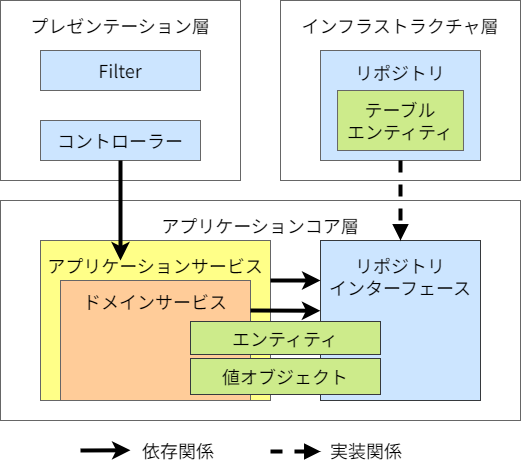
Above: documents/contents/images/app-architecture/client-side-rendering/csr-architecture-light.png in AlesInfiny/maia (draw.io), before the change. Source tidied: cells renumbered, new cells last; positions are measured from the earlier drawing's top-left corner, leaving out a move shared by most shapes.
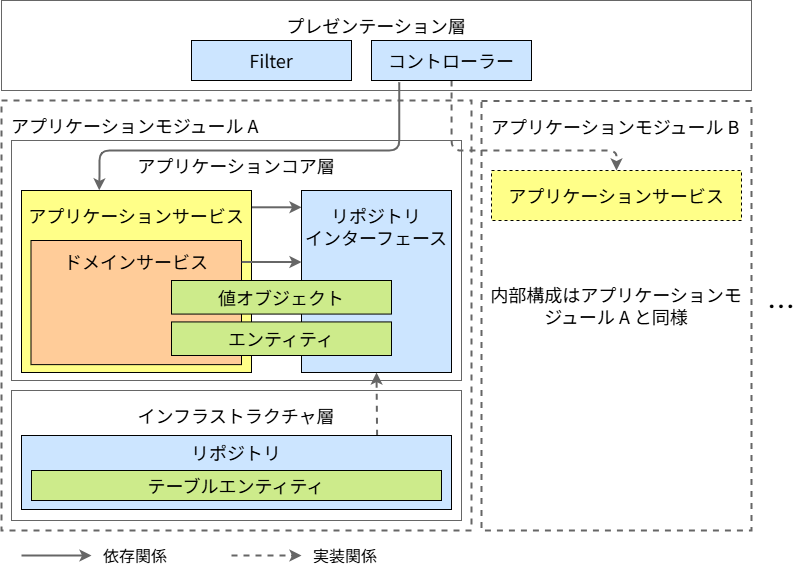
Later version of the same file.

Commit message:
アプリケーションアーキテクチャの図を最新化

What changed in the source:
```diff
@@ -2,73 +2,103 @@
   <root>
     <mxCell id="0" />
     <mxCell id="1" parent="0" />
+    <mxCell id="22" value="&lt;font color=&quot;#000000&quot;&gt;アプリケーションモジュール A&lt;br&gt;&lt;/font&gt;" style="rounded=0;whiteSpace=wrap;html=1;fontFamily=Noto Sans JP;fontSize=18;strokeWidth=2;dashed=1;fontSource=https%3A%2F%2Ffonts.googleapis.com%2Fcss%3Ffamily%3DNoto%2BSans%2BJP;fillColor=none;strokeColor=#666666;spacingTop=8;spacingLeft=8;verticalAlign=top;align=left;" parent="1" vertex="1">
+      <mxGeometry x="100" y="140" width="470" height="430" as="geometry" />
+    </mxCell>
+    <mxCell id="23" value="&lt;font color=&quot;#000000&quot;&gt;アプリケーションモジュール B&lt;br&gt;&lt;/font&gt;" style="rounded=0;whiteSpace=wrap;html=1;fontFamily=Noto Sans JP;fontSize=18;strokeWidth=2;dashed=1;fontSource=https%3A%2F%2Ffonts.googleapis.com%2Fcss%3Ffamily%3DNoto%2BSans%2BJP;fillColor=none;strokeColor=#666666;spacingTop=8;spacingLeft=8;verticalAlign=top;align=left;" parent="1" vertex="1">
+      <mxGeometry x="580" y="140.6" width="270" height="429.4" as="geometry" />
+    </mxCell>
+    <mxCell id="24" value="&lt;font color=&quot;#000000&quot;&gt;内部構成はアプリケーションモジュール A と同様&lt;/font&gt;" style="text;html=1;strokeColor=none;fillColor=none;align=center;verticalAlign=middle;whiteSpace=wrap;rounded=0;fontFamily=Noto Sans JP;fontSize=18;fontColor=#000000;" parent="1" vertex="1">
+      <mxGeometry x="585" y="305" width="260" height="80" as="geometry" />
+    </mxCell>
+    <mxCell id="25" value="…" style="text;html=1;strokeColor=none;fillColor=none;align=center;verticalAlign=middle;whiteSpace=wrap;rounded=0;fontFamily=Noto Sans JP;fontSize=28;fontColor=#000000;" parent="1" vertex="1">
+      <mxGeometry x="860" y="315" width="40" height="60" as="geometry" />
+    </mxCell>
     <mxCell id="2" value="&lt;font color=&quot;#000000&quot;&gt;アプリケーションコア層&lt;br&gt;&lt;/font&gt;" style="rounded=0;whiteSpace=wrap;html=1;fontFamily=Noto Sans JP;fontSize=18;strokeWidth=1;fontSource=https%3A%2F%2Ffonts.googleapis.com%2Fcss%3Ffamily%3DNoto%2BSans%2BJP;fillColor=none;strokeColor=#666666;spacingTop=8;verticalAlign=top;" parent="1" vertex="1">
-      <mxGeometry y="200" width="520" height="220" as="geometry" />
+      <mxGeometry x="110" y="180" width="450" height="240" as="geometry" />
     </mxCell>
+    <mxCell id="26" style="edgeStyle=none;html=1;strokeColor=#666666;strokeWidth=2;" parent="1" edge="1">
+      <mxGeometry relative="1" as="geometry">
+        <mxPoint x="350" y="246.8" as="sourcePoint" />
+        <mxPoint x="400" y="246.8" as="targetPoint" />
+      </mxGeometry>
+    </mxCell>
-    <mxCell id="3" value="&lt;div&gt;&lt;font color=&quot;#000000&quot;&gt;アプリケーションサービス&lt;/font&gt;&lt;/div&gt;" style="rounded=0;whiteSpace=wrap;html=1;fontFamily=Noto Sans JP;fontSize=18;fillColor=#ffff88;strokeColor=#666666;strokeWidth=1;spacingLeft=0;fontSource=https%3A%2F%2Ffonts.googleapis.com%2Fcss%3Ffamily%3DNoto%2BSans%2BJP;align=center;verticalAlign=top;spacingTop=8;" parent="1" vertex="1">
-      <mxGeometry x="40" y="240" width="230" height="160" as="geometry" />
+    <mxCell id="3" value="&lt;div&gt;&lt;font color=&quot;#000000&quot;&gt;アプリケーションサービス&lt;/font&gt;&lt;/div&gt;" style="rounded=0;whiteSpace=wrap;html=1;fontFamily=Noto Sans JP;fontSize=18;fillColor=#ffff88;strokeColor=default;strokeWidth=1;spacingLeft=0;fontSource=https%3A%2F%2Ffonts.googleapis.com%2Fcss%3Ffamily%3DNoto%2BSans%2BJP;align=center;verticalAlign=top;spacingTop=8;" parent="1" vertex="1">
+      <mxGeometry x="120" y="230" width="230" height="182" as="geometry" />
     </mxCell>
     <mxCell id="4" value="&lt;font color=&quot;#000000&quot;&gt;インフラストラクチャ層&lt;br&gt;&lt;/font&gt;" style="rounded=0;whiteSpace=wrap;html=1;fontFamily=Noto Sans JP;fontSize=18;strokeWidth=1;fontSource=https%3A%2F%2Ffonts.googleapis.com%2Fcss%3Ffamily%3DNoto%2BSans%2BJP;fillColor=none;strokeColor=#666666;spacingTop=8;verticalAlign=top;" parent="1" vertex="1">
-      <mxGeometry x="280" width="240" height="180" as="geometry" />
+      <mxGeometry x="110" y="430" width="450" height="130" as="geometry" />
     </mxCell>
     <mxCell id="5" value="&lt;font color=&quot;#000000&quot;&gt;プレゼンテーション層&lt;br&gt;&lt;/font&gt;" style="rounded=0;whiteSpace=wrap;html=1;fontFamily=Noto Sans JP;fontSize=18;strokeWidth=1;fontSource=https%3A%2F%2Ffonts.googleapis.com%2Fcss%3Ffamily%3DNoto%2BSans%2BJP;fillColor=none;strokeColor=#666666;spacingTop=8;verticalAlign=top;" parent="1" vertex="1">
-      <mxGeometry width="240" height="180" as="geometry" />
+      <mxGeometry x="100" y="40" width="750" height="90" as="geometry" />
     </mxCell>
-    <mxCell id="6" value="&lt;div&gt;&lt;font color=&quot;#000000&quot;&gt;ドメインサービス&lt;/font&gt;&lt;/div&gt;" style="rounded=0;whiteSpace=wrap;html=1;fontFamily=Noto Sans JP;fontSize=18;fillColor=#ffcc99;strokeColor=#666666;strokeWidth=1;spacingLeft=0;fontSource=https%3A%2F%2Ffonts.googleapis.com%2Fcss%3Ffamily%3DNoto%2BSans%2BJP;align=center;verticalAlign=top;spacingTop=4;" parent="1" vertex="1">
-      <mxGeometry x="60" y="280" width="190" height="120" as="geometry" />
+    <mxCell id="6" value="&lt;div&gt;&lt;font color=&quot;#000000&quot;&gt;ドメインサービス&lt;/font&gt;&lt;/div&gt;" style="rounded=0;whiteSpace=wrap;html=1;fontFamily=Noto Sans JP;fontSize=18;fillColor=#ffcc99;strokeColor=default;strokeWidth=1;spacingLeft=0;fontSource=https%3A%2F%2Ffonts.googleapis.com%2Fcss%3Ffamily%3DNoto%2BSans%2BJP;align=center;verticalAlign=top;spacingTop=4;" parent="1" vertex="1">
+      <mxGeometry x="129.5" y="280" width="210.5" height="124.1" as="geometry" />
     </mxCell>
+    <mxCell id="13" style="edgeStyle=none;html=1;entryX=0.5;entryY=1;entryDx=0;entryDy=0;exitX=0.827;exitY=0.004;exitDx=0;exitDy=0;exitPerimeter=0;strokeColor=#666666;strokeWidth=2;dashed=1;" parent="1" edge="1" source="7" target="8">
+      <mxGeometry relative="1" as="geometry" />
+    </mxCell>
-    <mxCell id="7" value="&lt;font color=&quot;#000000&quot;&gt;リポジトリ&lt;br&gt;&lt;br&gt;&lt;br&gt;&lt;br&gt;&lt;/font&gt;" style="rounded=0;whiteSpace=wrap;html=1;fontFamily=Noto Sans JP;fontSize=18;fillColor=#cce5ff;strokeColor=#666666;strokeWidth=1;spacingLeft=0;fontSource=https%3A%2F%2Ffonts.googleapis.com%2Fcss%3Ffamily%3DNoto%2BSans%2BJP;" parent="1" vertex="1">
-      <mxGeometry x="320" y="50" width="160" height="110" as="geometry" />
+    <mxCell id="7" value="&lt;font color=&quot;#000000&quot;&gt;リポジトリ&lt;br&gt;&lt;/font&gt;" style="rounded=0;whiteSpace=wrap;html=1;fontFamily=Noto Sans JP;fontSize=18;fillColor=#cce5ff;strokeColor=default;strokeWidth=1;spacingLeft=0;fontSource=https%3A%2F%2Ffonts.googleapis.com%2Fcss%3Ffamily%3DNoto%2BSans%2BJP;verticalAlign=top;" parent="1" vertex="1">
+      <mxGeometry x="120" y="475" width="430" height="74" as="geometry" />
     </mxCell>
-    <mxCell id="8" value="&lt;font color=&quot;#000000&quot;&gt;リポジトリ&lt;br&gt;インターフェース&lt;br&gt;&lt;/font&gt;" style="rounded=0;whiteSpace=wrap;html=1;fontFamily=Noto Sans JP;fontSize=18;fillColor=#cce5ff;strokeColor=#36393d;strokeWidth=1;spacingLeft=0;fontSource=https%3A%2F%2Ffonts.googleapis.com%2Fcss%3Ffamily%3DNoto%2BSans%2BJP;verticalAlign=top;spacingTop=8;" parent="1" vertex="1">
-      <mxGeometry x="320" y="240" width="160" height="160" as="geometry" />
+    <mxCell id="8" value="&lt;font color=&quot;#000000&quot;&gt;リポジトリ&lt;br&gt;インターフェース&lt;br&gt;&lt;/font&gt;" style="rounded=0;whiteSpace=wrap;html=1;fontFamily=Noto Sans JP;fontSize=18;fillColor=#cce5ff;strokeColor=default;strokeWidth=1;spacingLeft=0;fontSource=https%3A%2F%2Ffonts.googleapis.com%2Fcss%3Ffamily%3DNoto%2BSans%2BJP;verticalAlign=top;spacingTop=8;" parent="1" vertex="1">
+      <mxGeometry x="400" y="230" width="150" height="182" as="geometry" />
     </mxCell>
+    <mxCell id="27" style="edgeStyle=orthogonalEdgeStyle;html=1;strokeColor=#666666;exitX=0.174;exitY=1.041;exitDx=0;exitDy=0;exitPerimeter=0;entryX=0.338;entryY=-0.001;entryDx=0;entryDy=0;entryPerimeter=0;strokeWidth=2;" parent="1" edge="1" source="9" target="3">
+      <mxGeometry relative="1" as="geometry">
+        <Array as="points">
+          <mxPoint x="498" y="190" />
+          <mxPoint x="198" y="190" />
+          <mxPoint x="198" y="210" />
+        </Array>
+      </mxGeometry>
+    </mxCell>
+    <mxCell id="28" style="edgeStyle=orthogonalEdgeStyle;html=1;strokeColor=#666666;dashed=1;strokeWidth=2;" parent="1" edge="1" source="9" target="29">
+      <mxGeometry relative="1" as="geometry">
+        <Array as="points">
+          <mxPoint x="550" y="190" />
+          <mxPoint x="715" y="190" />
+        </Array>
+      </mxGeometry>
+    </mxCell>
-    <mxCell id="9" value="&lt;font color=&quot;#000000&quot;&gt;コントローラー&lt;/font&gt;" style="rounded=0;whiteSpace=wrap;html=1;fontFamily=Noto Sans JP;fontSize=18;fillColor=#cce5ff;strokeColor=#666666;strokeWidth=1;spacingLeft=0;fontSource=https%3A%2F%2Ffonts.googleapis.com%2Fcss%3Ffamily%3DNoto%2BSans%2BJP;" parent="1" vertex="1">
-      <mxGeometry x="40" y="120" width="160" height="40" as="geometry" />
+    <mxCell id="9" value="&lt;font color=&quot;#000000&quot;&gt;コントローラー&lt;/font&gt;" style="rounded=0;whiteSpace=wrap;html=1;fontFamily=Noto Sans JP;fontSize=18;fillColor=#cce5ff;strokeColor=default;strokeWidth=1;spacingLeft=0;fontSource=https%3A%2F%2Ffonts.googleapis.com%2Fcss%3Ffamily%3DNoto%2BSans%2BJP;" parent="1" vertex="1">
+      <mxGeometry x="470" y="80" width="160" height="40" as="geometry" />
     </mxCell>
-    <mxCell id="10" value="&lt;font color=&quot;#000000&quot;&gt;Filter&lt;/font&gt;" style="rounded=0;whiteSpace=wrap;html=1;fontFamily=Noto Sans JP;fontSize=18;fillColor=#cce5ff;strokeColor=#666666;strokeWidth=1;spacingLeft=0;fontSource=https%3A%2F%2Ffonts.googleapis.com%2Fcss%3Ffamily%3DNoto%2BSans%2BJP;" parent="1" vertex="1">
-      <mxGeometry x="40" y="50" width="160" height="40" as="geometry" />
+    <mxCell id="10" value="&lt;font color=&quot;#000000&quot;&gt;Filter&lt;/font&gt;" style="rounded=0;whiteSpace=wrap;html=1;fontFamily=Noto Sans JP;fontSize=18;fillColor=#cce5ff;strokeColor=default;strokeWidth=1;spacingLeft=0;fontSource=https%3A%2F%2Ffonts.googleapis.com%2Fcss%3Ffamily%3DNoto%2BSans%2BJP;" parent="1" vertex="1">
+      <mxGeometry x="290" y="80" width="160" height="40" as="geometry" />
     </mxCell>
-    <mxCell id="11" value="&lt;font color=&quot;#000000&quot;&gt;テーブル&lt;br&gt;エンティティ&lt;/font&gt;" style="rounded=0;whiteSpace=wrap;html=1;fontFamily=Noto Sans JP;fontSize=18;fillColor=#cdeb8b;strokeColor=#666666;strokeWidth=1;spacingLeft=0;fontSource=https%3A%2F%2Ffonts.googleapis.com%2Fcss%3Ffamily%3DNoto%2BSans%2BJP;" parent="1" vertex="1">
-      <mxGeometry x="337" y="90" width="126" height="60" as="geometry" />
+    <mxCell id="11" value="&lt;font color=&quot;#000000&quot;&gt;テーブルエンティティ&lt;/font&gt;" style="rounded=0;whiteSpace=wrap;html=1;fontFamily=Noto Sans JP;fontSize=18;fillColor=#cdeb8b;strokeColor=default;strokeWidth=1;spacingLeft=0;fontSource=https%3A%2F%2Ffonts.googleapis.com%2Fcss%3Ffamily%3DNoto%2BSans%2BJP;" parent="1" vertex="1">
+      <mxGeometry x="130" y="510" width="410" height="30" as="geometry" />
     </mxCell>
-    <mxCell id="12" style="edgeStyle=none;sketch=0;html=1;exitX=0.5;exitY=1;exitDx=0;exitDy=0;shadow=0;fontColor=#000000;endArrow=classic;endFill=1;strokeColor=#000000;strokeWidth=4;" parent="1" edge="1" source="9">
-      <mxGeometry relative="1" as="geometry">
-        <mxPoint x="120" y="260" as="targetPoint" />
-      </mxGeometry>
-    </mxCell>
-    <mxCell id="13" style="edgeStyle=none;sketch=0;html=1;exitX=0.5;exitY=1;exitDx=0;exitDy=0;shadow=0;fontColor=#000000;endArrow=block;endFill=1;strokeColor=#000000;strokeWidth=4;dashed=1;" parent="1" edge="1" source="7" target="8">
-      <mxGeometry relative="1" as="geometry" />
-    </mxCell>
-    <mxCell id="14" value="依存関係" style="text;html=1;strokeColor=none;fillColor=none;align=left;verticalAlign=middle;whiteSpace=wrap;rounded=0;fontFamily=Noto Sans JP;fontSource=https%3A%2F%2Ffonts.googleapis.com%2Fcss%3Ffamily%3DNoto%2BSans%2BJP;fontSize=18;fontColor=#000000;" parent="1" vertex="1">
-      <mxGeometry x="140" y="430" width="90" height="40" as="geometry" />
-    </mxCell>
-    <mxCell id="15" style="edgeStyle=none;sketch=0;html=1;shadow=0;fontColor=#000000;endArrow=classic;endFill=1;strokeColor=#000000;strokeWidth=4;" parent="1" edge="1">
-      <mxGeometry relative="1" as="geometry">
-        <mxPoint x="80" y="450" as="sourcePoint" />
-        <mxPoint x="130" y="449.8" as="targetPoint" />
-      </mxGeometry>
-    </mxCell>
-    <mxCell id="16" value="実装関係" style="text;html=1;strokeColor=none;fillColor=none;align=left;verticalAlign=middle;whiteSpace=wrap;rounded=0;fontFamily=Noto Sans JP;fontSource=https%3A%2F%2Ffonts.googleapis.com%2Fcss%3Ffamily%3DNoto%2BSans%2BJP;fontSize=18;fontColor=#000000;" parent="1" vertex="1">
-      <mxGeometry x="328.4" y="430" width="90" height="40" as="geometry" />
-    </mxCell>
-    <mxCell id="17" style="edgeStyle=none;sketch=0;html=1;shadow=0;fontColor=#000000;endArrow=block;endFill=1;strokeColor=#000000;strokeWidth=4;dashed=1;" parent="1" edge="1">
-      <mxGeometry relative="1" as="geometry">
-        <mxPoint x="270" y="451" as="sourcePoint" />
-        <mxPoint x="320" y="451" as="targetPoint" />
-      </mxGeometry>
-    </mxCell>
-    <mxCell id="18" style="edgeStyle=none;sketch=0;html=1;shadow=0;fontColor=#000000;endArrow=classic;endFill=1;strokeColor=#000000;strokeWidth=4;exitX=1;exitY=0.25;exitDx=0;exitDy=0;entryX=-0.001;entryY=0.439;entryDx=0;entryDy=0;entryPerimeter=0;" parent="1" edge="1" source="6" target="8">
-      <mxGeometry relative="1" as="geometry" />
-    </mxCell>
-    <mxCell id="19" style="edgeStyle=none;sketch=0;html=1;exitX=1;exitY=0.25;exitDx=0;exitDy=0;shadow=0;fontColor=#000000;endArrow=classic;endFill=1;strokeColor=#000000;strokeWidth=4;entryX=0;entryY=0.25;entryDx=0;entryDy=0;" parent="1" edge="1" source="3" target="8">
-      <mxGeometry relative="1" as="geometry" />
-    </mxCell>
-    <mxCell id="20" value="値オブジェクト" style="rounded=0;whiteSpace=wrap;html=1;fontFamily=Noto Sans JP;fontSize=18;fillColor=#cdeb8b;strokeColor=#36393D;strokeWidth=1;spacingLeft=0;fontSource=https%3A%2F%2Ffonts.googleapis.com%2Fcss%3Ffamily%3DNoto%2BSans%2BJP;" parent="1" vertex="1">
-      <mxGeometry x="190" y="358" width="190" height="36" as="geometry" />
+    <mxCell id="20" value="値オブジェクト" style="rounded=0;whiteSpace=wrap;html=1;fontFamily=Noto Sans JP;fontSize=18;fillColor=#cdeb8b;strokeColor=default;strokeWidth=1;spacingLeft=0;fontSource=https%3A%2F%2Ffonts.googleapis.com%2Fcss%3Ffamily%3DNoto%2BSans%2BJP;" parent="1" vertex="1">
+      <mxGeometry x="270" y="320" width="220" height="33.6" as="geometry" />
     </mxCell>
-    <mxCell id="21" value="エンティティ" style="rounded=0;whiteSpace=wrap;html=1;fontFamily=Noto Sans JP;fontSize=18;fillColor=#cdeb8b;strokeColor=#36393D;strokeWidth=1;spacingLeft=0;fontSource=https%3A%2F%2Ffonts.googleapis.com%2Fcss%3Ffamily%3DNoto%2BSans%2BJP;" parent="1" vertex="1">
-      <mxGeometry x="190" y="321" width="190" height="33" as="geometry" />
+    <mxCell id="21" value="エンティティ" style="rounded=0;whiteSpace=wrap;html=1;fontFamily=Noto Sans JP;fontSize=18;fillColor=#cdeb8b;strokeColor=default;strokeWidth=1;spacingLeft=0;fontSource=https%3A%2F%2Ffonts.googleapis.com%2Fcss%3Ffamily%3DNoto%2BSans%2BJP;" parent="1" vertex="1">
+      <mxGeometry x="270" y="361.4" width="220" height="33.6" as="geometry" />
     </mxCell>
+    <mxCell id="29" value="&lt;div&gt;&lt;font color=&quot;#000000&quot;&gt;アプリケーションサービス&lt;/font&gt;&lt;/div&gt;" style="rounded=0;whiteSpace=wrap;html=1;fontFamily=Noto Sans JP;fontSize=18;fillColor=#ffff88;strokeColor=default;strokeWidth=1;spacingLeft=0;fontSource=https%3A%2F%2Ffonts.googleapis.com%2Fcss%3Ffamily%3DNoto%2BSans%2BJP;align=center;verticalAlign=top;spacingTop=8;dashed=1;" parent="1" vertex="1">
+      <mxGeometry x="590" y="210" width="250" height="50" as="geometry" />
+    </mxCell>
+    <mxCell id="18" style="edgeStyle=none;html=1;entryX=0;entryY=0.393;entryDx=0;entryDy=0;entryPerimeter=0;exitX=1.001;exitY=0.173;exitDx=0;exitDy=0;exitPerimeter=0;strokeColor=#666666;strokeWidth=2;" parent="1" edge="1" source="6" target="8">
+      <mxGeometry relative="1" as="geometry" />
+    </mxCell>
+    <mxCell id="30" style="html=1;strokeColor=#666666;strokeWidth=2;" parent="1" edge="1">
+      <mxGeometry relative="1" as="geometry">
+        <mxPoint x="120" y="595" as="sourcePoint" />
+        <mxPoint x="190" y="595" as="targetPoint" />
+      </mxGeometry>
+    </mxCell>
+    <mxCell id="14" value="&lt;font color=&quot;#000000&quot;&gt;依存関係&lt;/font&gt;" style="text;html=1;strokeColor=none;fillColor=none;align=left;verticalAlign=middle;whiteSpace=wrap;rounded=0;fontFamily=Noto Sans JP;fontSize=16;fontColor=#000000;" parent="1" vertex="1">
+      <mxGeometry x="200" y="580" width="110" height="30" as="geometry" />
+    </mxCell>
+    <mxCell id="31" style="html=1;strokeColor=#666666;strokeWidth=2;dashed=1;" parent="1" edge="1">
+      <mxGeometry relative="1" as="geometry">
+        <mxPoint x="330" y="595" as="sourcePoint" />
+        <mxPoint x="400" y="595" as="targetPoint" />
+      </mxGeometry>
+    </mxCell>
+    <mxCell id="16" value="&lt;font color=&quot;#000000&quot;&gt;実装関係&lt;/font&gt;" style="text;html=1;strokeColor=none;fillColor=none;align=left;verticalAlign=middle;whiteSpace=wrap;rounded=0;fontFamily=Noto Sans JP;fontSize=16;fontColor=#000000;" parent="1" vertex="1">
+      <mxGeometry x="410" y="580" width="110" height="30" as="geometry" />
+    </mxCell>
   </root>
 </mxGraphModel>
```
